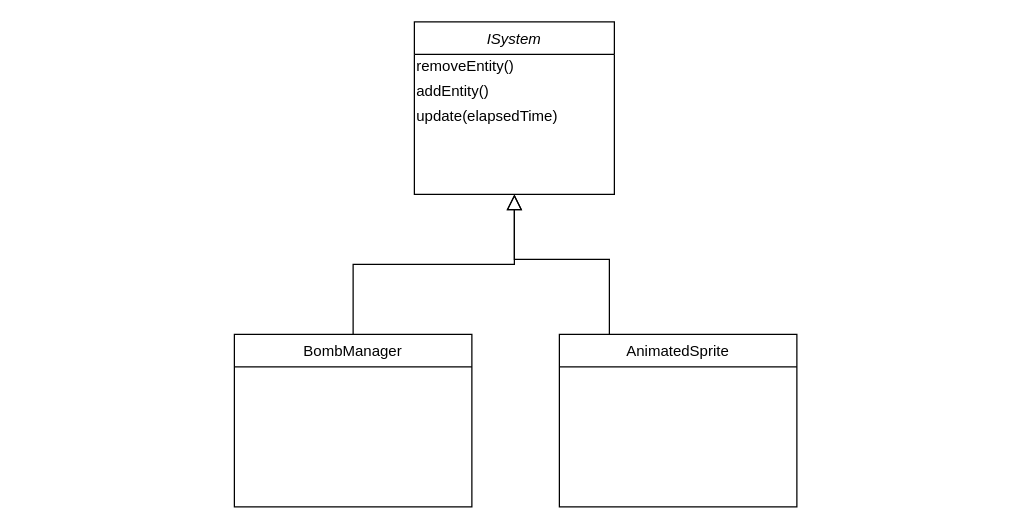
Kragoum/BomberKnight keeps this draw.io diagram as page "Systems" (3 of 4) of UMLGeneralFramework.drawio. Above is the earlier version. Source tidied: cells renumbered, new cells numbered last; positions are measured from the earlier drawing's top-left corner, leaving out a move shared by most shapes. Both pictures are drawn from the tidied source at 125%, with x=0, y=0 at pixel (234, 21).
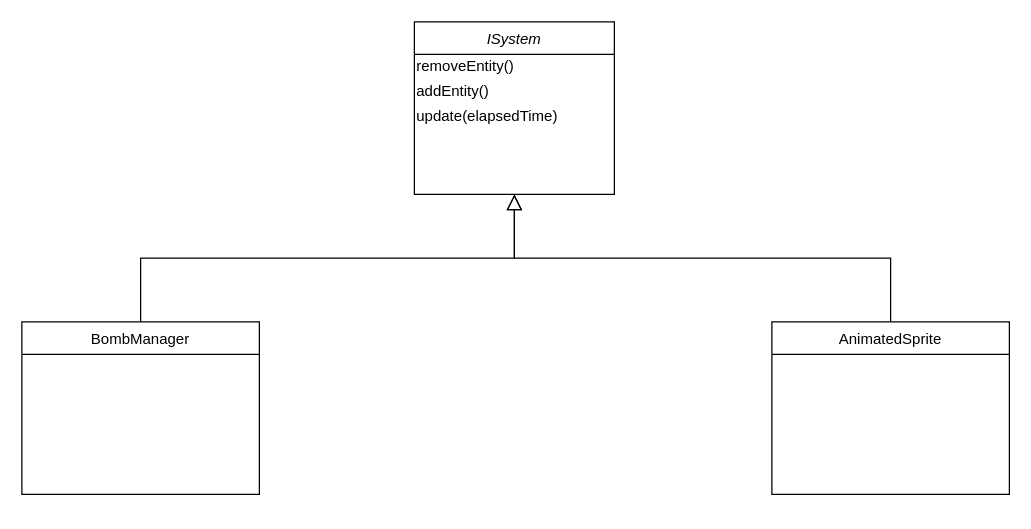
The same diagram, later.

Diff of the diagram source:
```diff
@@
 <mxGraphModel>
   <root>
     <mxCell id="0" />
     <mxCell id="1" parent="0" />
     <mxCell id="2" value="ISystem" style="swimlane;fontStyle=2;align=center;verticalAlign=top;horizontal=1;startSize=26;rounded=0;shadow=0;strokeWidth=1;" parent="1" vertex="1">
       <mxGeometry x="144" width="160" height="138" as="geometry" />
     </mxCell>
     <mxCell id="3" value="removeEntity()" style="text;html=1;align=left;verticalAlign=middle;strokeColor=none;fillColor=none;" parent="2" vertex="1">
       <mxGeometry y="26" width="160" height="20" as="geometry" />
     </mxCell>
     <mxCell id="4" value="&lt;div style=&quot;&quot;&gt;&lt;span style=&quot;background-color: initial;&quot;&gt;addEntity()&lt;/span&gt;&lt;/div&gt;" style="text;html=1;align=left;verticalAlign=middle;strokeColor=none;fillColor=none;" parent="2" vertex="1">
       <mxGeometry y="46" width="160" height="20" as="geometry" />
     </mxCell>
     <mxCell id="5" value="update(elapsedTime)" style="text;html=1;align=left;verticalAlign=middle;strokeColor=none;fillColor=none;" parent="2" vertex="1">
       <mxGeometry y="66" width="160" height="20" as="geometry" />
     </mxCell>
     <mxCell id="6" value="BombManager" style="swimlane;fontStyle=0;align=center;verticalAlign=top;horizontal=1;startSize=26;rounded=0;shadow=0;strokeWidth=1;" parent="1" vertex="1">
-      <mxGeometry y="250" width="190" height="138" as="geometry" />
+      <mxGeometry x="-170" y="240" width="190" height="138" as="geometry" />
     </mxCell>
     <mxCell id="7" style="endArrow=block;endSize=10;endFill=0;shadow=0;strokeWidth=1;rounded=0;edgeStyle=elbowEdgeStyle;elbow=vertical;" parent="1" edge="1" source="6" target="2">
       <mxGeometry relative="1" as="geometry" />
     </mxCell>
     <mxCell id="8" value="AnimatedSprite" style="swimlane;fontStyle=0;align=center;verticalAlign=top;horizontal=1;startSize=26;rounded=0;shadow=0;strokeWidth=1;" parent="1" vertex="1">
-      <mxGeometry x="260" y="250" width="190" height="138" as="geometry" />
+      <mxGeometry x="430" y="240" width="190" height="138" as="geometry" />
     </mxCell>
-    <mxCell id="9" style="endArrow=block;endSize=10;endFill=0;shadow=0;strokeWidth=1;rounded=0;edgeStyle=elbowEdgeStyle;elbow=vertical;entryX=0.5;entryY=1;entryDx=0;entryDy=0;" parent="1" edge="1" source="8" target="2">
-      <mxGeometry relative="1" as="geometry">
-        <Array as="points">
-          <mxPoint x="300" y="190" />
-        </Array>
-      </mxGeometry>
+    <mxCell id="9" style="endArrow=block;endSize=10;endFill=0;shadow=0;strokeWidth=1;rounded=0;edgeStyle=elbowEdgeStyle;elbow=vertical;entryX=0.5;entryY=1;entryDx=0;entryDy=0;exitX=0.5;exitY=0;exitDx=0;exitDy=0;" parent="1" edge="1" source="8" target="2">
+      <mxGeometry relative="1" as="geometry" />
     </mxCell>
   </root>
 </mxGraphModel>
```
